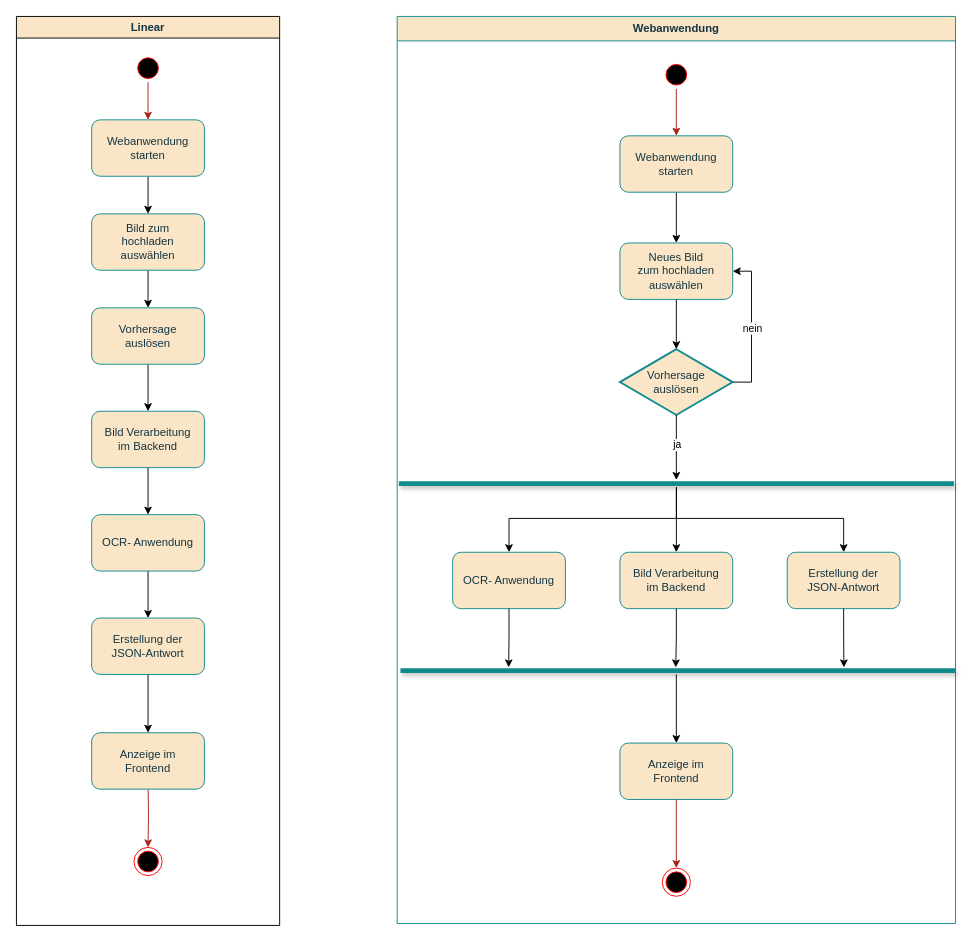
Earlier version of the draw.io diagram YOLO_Aktivität_Diagramm.drawio (PythonPokemon/Draw.io). Source tidied: cells renumbered, new cells numbered last; positions are measured from the earlier drawing's top-left corner, leaving out a move shared by most shapes. Both pictures are drawn from the tidied source at 94%, with x=0, y=0 at pixel (16, 16).
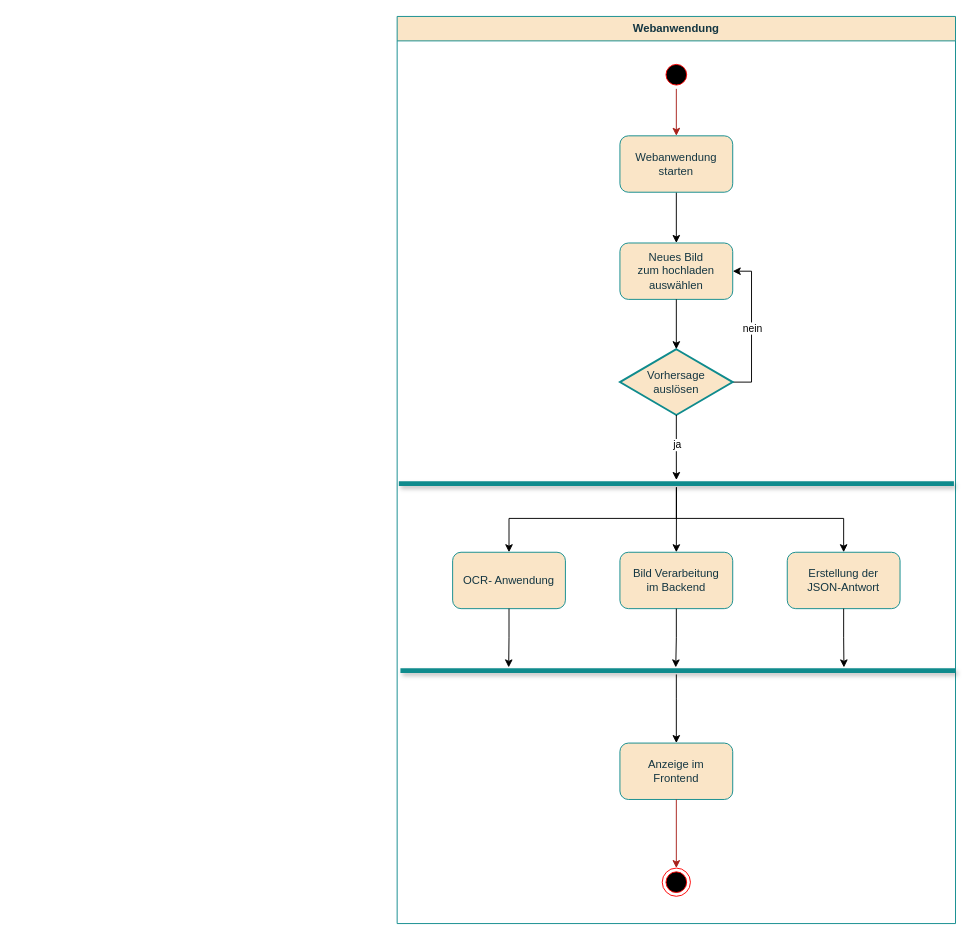
The same page after the edit.

The edit, as a diff of the source:
```diff
@@
-<mxGraphModel>
+<mxGraphModel background="#ffffff">
@@
-    <mxCell id="2" value="Linear" style="swimlane;whiteSpace=wrap;labelBackgroundColor=none;fillColor=#FAE5C7;strokeColor=default;fontColor=#143642;swimlaneLine=1;" parent="1" vertex="1">
-      <mxGeometry width="280" height="967" as="geometry" />
-    </mxCell>
-    <mxCell id="3" style="edgeStyle=orthogonalEdgeStyle;rounded=0;jettySize=auto;html=1;" parent="2" edge="1" source="4" target="6">
-      <mxGeometry relative="1" as="geometry" />
-    </mxCell>
-    <mxCell id="4" value="Webanwendung&lt;div&gt;starten&lt;/div&gt;" style="rounded=1;whiteSpace=wrap;html=1;labelBackgroundColor=none;fillColor=#FAE5C7;strokeColor=#0F8B8D;fontColor=#143642;" parent="2" vertex="1">
-      <mxGeometry x="80" y="110" width="120" height="60" as="geometry" />
-    </mxCell>
-    <mxCell id="5" style="edgeStyle=orthogonalEdgeStyle;rounded=0;jettySize=auto;html=1;" parent="2" edge="1" source="6" target="17">
-      <mxGeometry relative="1" as="geometry" />
-    </mxCell>
-    <mxCell id="6" value="Bild zum&lt;div&gt;hochladen&lt;br&gt;&lt;div&gt;auswählen&lt;/div&gt;&lt;/div&gt;" style="rounded=1;whiteSpace=wrap;html=1;labelBackgroundColor=none;fillColor=#FAE5C7;strokeColor=#0F8B8D;fontColor=#143642;" parent="2" vertex="1">
-      <mxGeometry x="80" y="210" width="120" height="60" as="geometry" />
-    </mxCell>
-    <mxCell id="7" style="edgeStyle=orthogonalEdgeStyle;rounded=0;jettySize=auto;html=1;strokeColor=#A8201A;fontColor=#143642;fillColor=#FAE5C7;" parent="2" edge="1" source="8" target="4">
-      <mxGeometry relative="1" as="geometry" />
-    </mxCell>
-    <mxCell id="8" style="ellipse;html=1;shape=startState;fillColor=#000000;strokeColor=#ff0000;fontColor=#143642;" parent="2" vertex="1">
-      <mxGeometry x="125" y="40" width="30" height="30" as="geometry" />
-    </mxCell>
-    <mxCell id="9" style="edgeStyle=orthogonalEdgeStyle;rounded=0;jettySize=auto;html=1;" parent="2" edge="1" source="10" target="12">
-      <mxGeometry relative="1" as="geometry" />
-    </mxCell>
-    <mxCell id="10" value="Bild Verarbeitung&lt;div&gt;im Backend&lt;/div&gt;" style="rounded=1;whiteSpace=wrap;html=1;labelBackgroundColor=none;fillColor=#FAE5C7;strokeColor=#0F8B8D;fontColor=#143642;" parent="2" vertex="1">
-      <mxGeometry x="80" y="420" width="120" height="60" as="geometry" />
-    </mxCell>
-    <mxCell id="11" style="edgeStyle=orthogonalEdgeStyle;rounded=0;jettySize=auto;html=1;" parent="2" edge="1" source="12" target="13">
-      <mxGeometry relative="1" as="geometry" />
-    </mxCell>
-    <mxCell id="12" value="OCR- Anwendung" style="rounded=1;whiteSpace=wrap;html=1;labelBackgroundColor=none;fillColor=#FAE5C7;strokeColor=#0F8B8D;fontColor=#143642;" parent="2" vertex="1">
-      <mxGeometry x="80" y="530" width="120" height="60" as="geometry" />
-    </mxCell>
-    <mxCell id="13" value="Erstellung der&lt;div&gt;JSON-Antwort&lt;/div&gt;" style="rounded=1;whiteSpace=wrap;html=1;strokeColor=#0F8B8D;fontColor=#143642;fillColor=#FAE5C7;" parent="2" vertex="1">
-      <mxGeometry x="80" y="640" width="120" height="60" as="geometry" />
-    </mxCell>
-    <mxCell id="14" style="ellipse;html=1;shape=endState;fillColor=#000000;strokeColor=#ff0000;fontColor=#143642;" parent="2" vertex="1">
-      <mxGeometry x="125" y="884" width="30" height="30" as="geometry" />
-    </mxCell>
-    <mxCell id="15" style="edgeStyle=orthogonalEdgeStyle;rounded=0;jettySize=auto;html=1;strokeColor=#A8201A;fontColor=#143642;fillColor=#FAE5C7;" parent="2" edge="1" target="14">
-      <mxGeometry relative="1" as="geometry">
-        <mxPoint x="140" y="814" as="sourcePoint" />
-      </mxGeometry>
-    </mxCell>
-    <mxCell id="16" style="edgeStyle=orthogonalEdgeStyle;rounded=0;jettySize=auto;html=1;" parent="2" edge="1" source="17" target="10">
-      <mxGeometry relative="1" as="geometry" />
-    </mxCell>
-    <mxCell id="17" value="Vorhersage&lt;div&gt;auslösen&lt;/div&gt;" style="rounded=1;whiteSpace=wrap;html=1;labelBackgroundColor=none;fillColor=#FAE5C7;strokeColor=#0F8B8D;fontColor=#143642;" parent="2" vertex="1">
-      <mxGeometry x="80" y="310" width="120" height="60" as="geometry" />
-    </mxCell>
-    <mxCell id="18" value="Anzeige im&lt;div&gt;Frontend&lt;/div&gt;" style="rounded=1;whiteSpace=wrap;html=1;strokeColor=#0F8B8D;fontColor=#143642;fillColor=#FAE5C7;" parent="2" vertex="1">
-      <mxGeometry x="80" y="762" width="120" height="60" as="geometry" />
-    </mxCell>
-    <mxCell id="19" style="edgeStyle=orthogonalEdgeStyle;rounded=0;jettySize=auto;html=1;exitX=0.5;exitY=1;exitDx=0;exitDy=0;entryX=0.5;entryY=0;entryDx=0;entryDy=0;" parent="2" edge="1" source="13" target="18">
-      <mxGeometry relative="1" as="geometry">
-        <Array as="points">
-          <mxPoint x="140" y="744" />
-          <mxPoint x="140" y="744" />
-        </Array>
-      </mxGeometry>
-    </mxCell>
```
